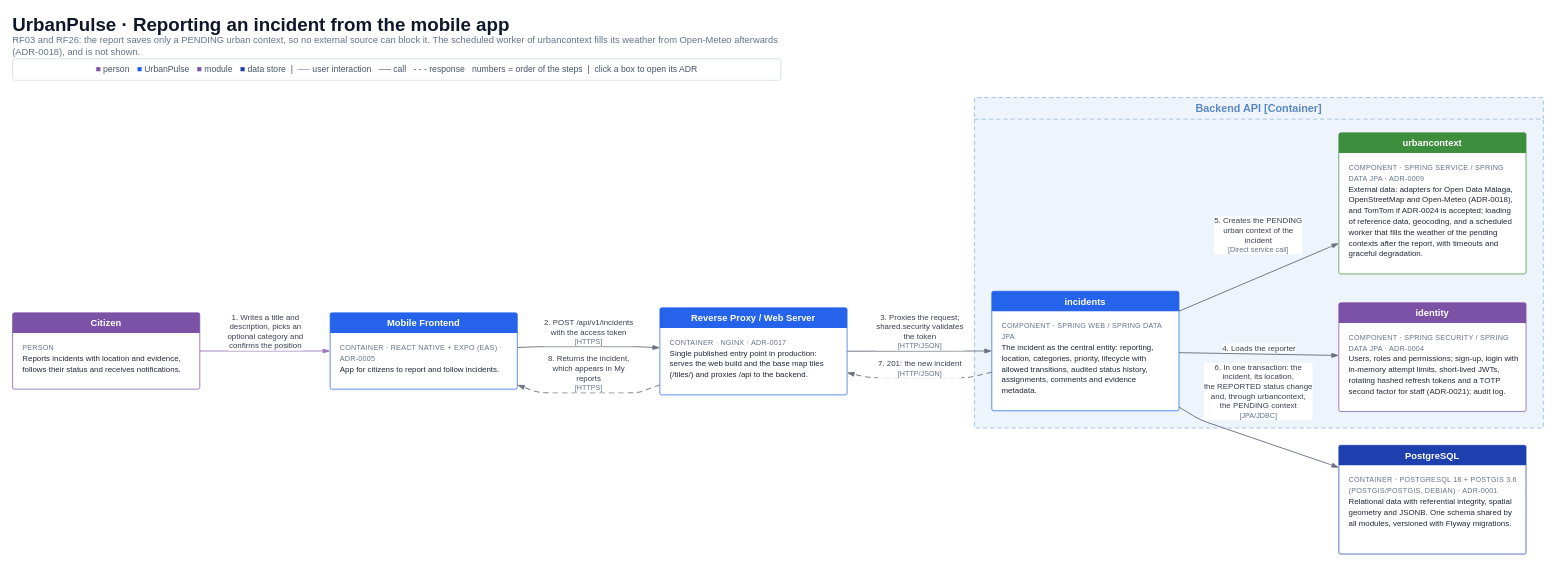
The draw.io diagram page "10 · Reporting an incident from the mobile app" (10 of 10) of docs/architecture/UrbanPulse-C4.drawio in Dalibex/urban-incidence-manager, before the edit. Source tidied: cells renumbered, new cells numbered last; positions are measured from the earlier drawing's top-left corner, leaving out a move shared by most shapes. Both pictures are drawn from the tidied source at 72%, with x=0, y=0 at pixel (12, 12).
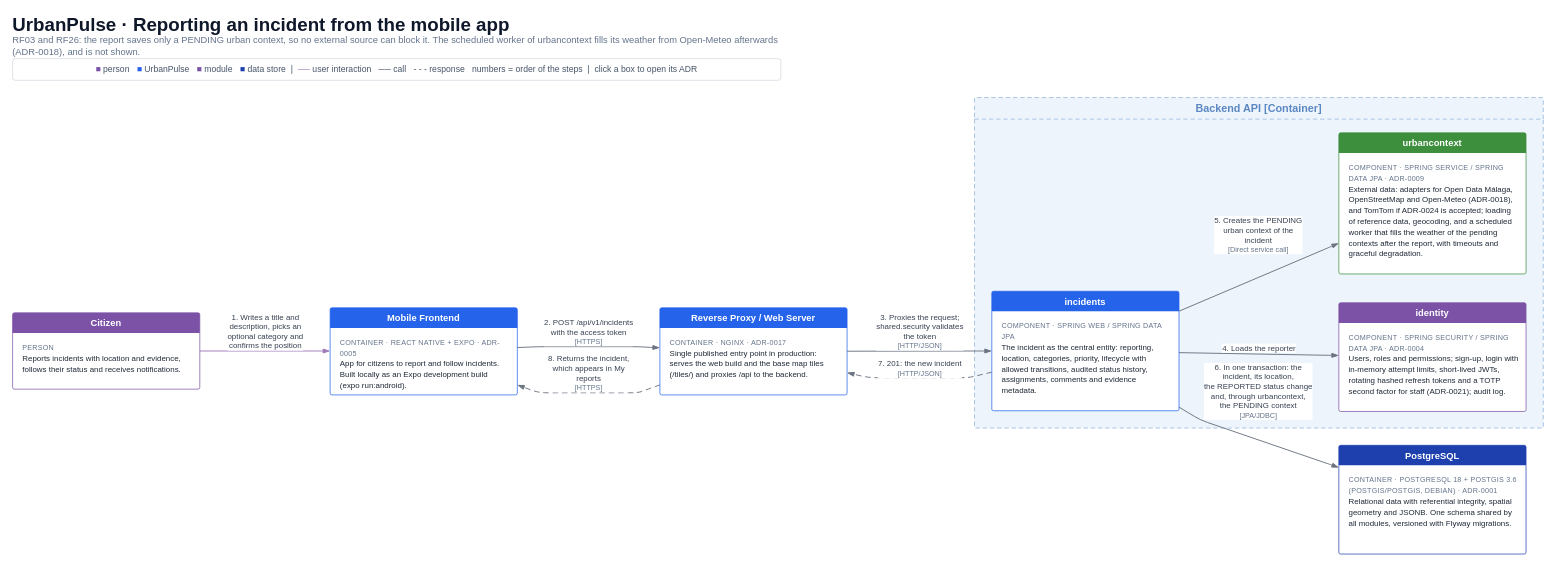
The same diagram, later.

Commit message (it also covers changes not shown here):
docs(c4): match the mobile app and the cache to what is built

The mobile app keeps no offline drafts and has no AsyncStorage, and it is built locally as an Expo development build, not with EAS. In development it loads the base map from the Vite server, a relation the deployment view lacked. The Redis container cited ADR-0012, which ADR-0022 superseded. The draw.io file is regenerated from the DSL.

Agent-assisted.

Closes #291

Change to the diagram source:
```diff
@@
     <mxCell id="16" value="Mobile Frontend" style="swimlane;html=1;whiteSpace=wrap;rounded=1;arcSize=3;startSize=28;fillColor=#2563eb;swimlaneFillColor=#FFFFFF;strokeColor=#2563eb;fontColor=#ffffff;fontFamily=Helvetica;fontSize=13;fontStyle=1;swimlaneLine=0;" parent="1" vertex="1">
-      <mxGeometry x="441" y="417" width="260" height="106" as="geometry" />
+      <mxGeometry x="441" y="410" width="260" height="121" as="geometry" />
     </mxCell>
-    <mxCell id="17" value="&lt;div style=&quot;color:#64748B;font-size:10px;line-height:15px;letter-spacing:0.3px;&quot;&gt;CONTAINER · REACT NATIVE + EXPO (EAS) · ADR-0005&lt;/div&gt;&lt;div style=&quot;line-height:15px;&quot;&gt;App for citizens to report and follow incidents.&lt;/div&gt;" style="text;html=1;whiteSpace=wrap;align=left;verticalAlign=top;fontFamily=Helvetica;fontSize=11;fontColor=#1F2937;spacingLeft=12;spacingRight=10;spacingTop=6;" parent="16" vertex="1">
-      <mxGeometry y="28" width="260" height="78" as="geometry" />
+    <mxCell id="17" value="&lt;div style=&quot;color:#64748B;font-size:10px;line-height:15px;letter-spacing:0.3px;&quot;&gt;CONTAINER · REACT NATIVE + EXPO · ADR-0005&lt;/div&gt;&lt;div style=&quot;line-height:15px;&quot;&gt;App for citizens to report and follow incidents. Built locally as an Expo development build (expo run:android).&lt;/div&gt;" style="text;html=1;whiteSpace=wrap;align=left;verticalAlign=top;fontFamily=Helvetica;fontSize=11;fontColor=#1F2937;spacingLeft=12;spacingRight=10;spacingTop=6;" parent="16" vertex="1">
+      <mxGeometry y="28" width="260" height="93" as="geometry" />
     </mxCell>
```
